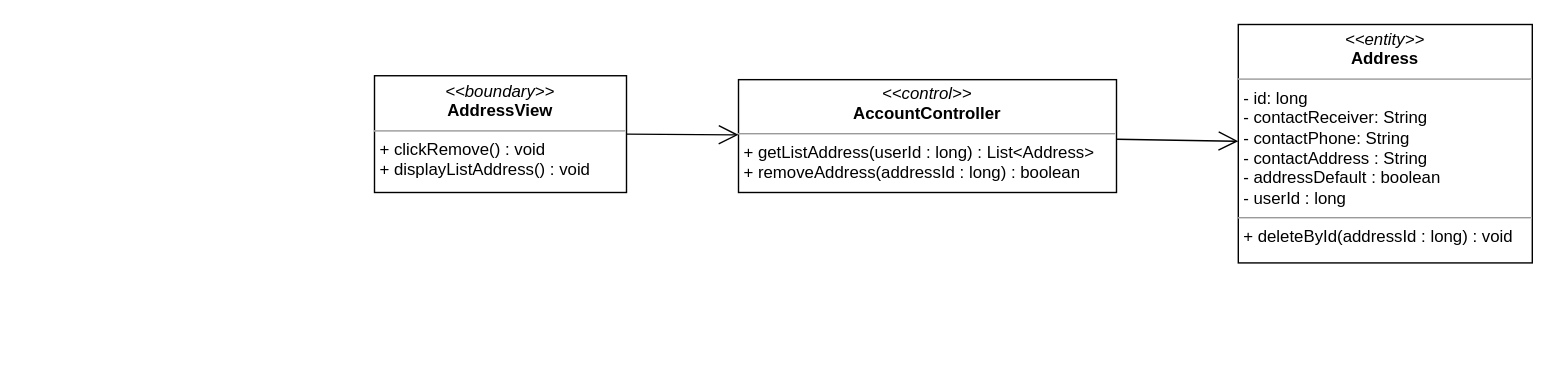
Earlier version of the draw.io diagram class diagram/delete-address-class-diagram.drawio (nguyenphamvan/datn_20202). Source tidied: cells renumbered, new cells numbered last; positions are measured from the earlier drawing's top-left corner, leaving out a move shared by most shapes. Both pictures are drawn from the tidied source at 140%, with x=0, y=0 at pixel (374, 24).
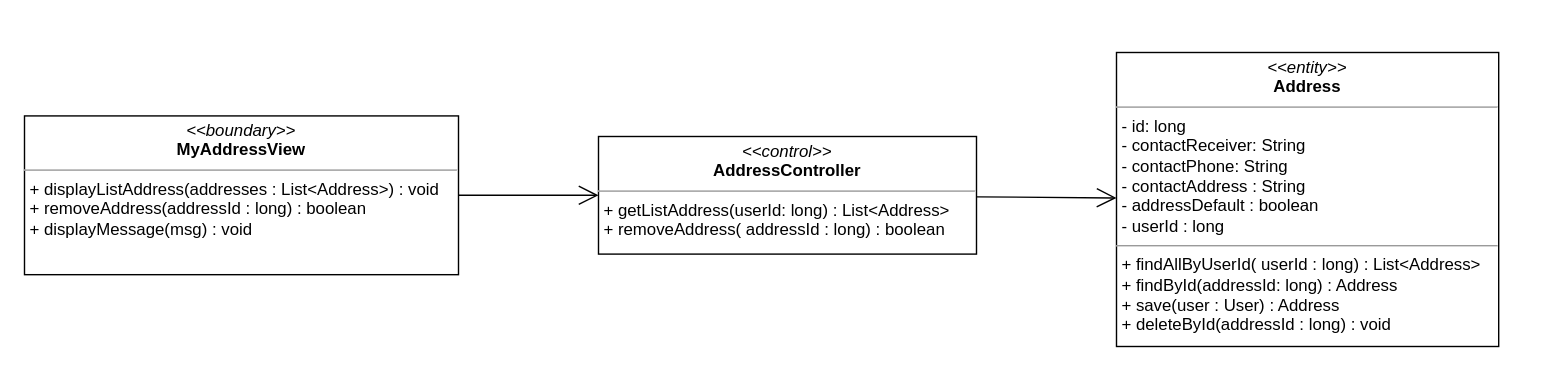
The same page after the edit.

What changed in the source:
```diff
@@
 <mxGraphModel>
   <root>
     <mxCell id="0" />
     <mxCell id="1" parent="0" />
-    <mxCell id="2" value="&lt;p style=&quot;margin: 0px ; margin-top: 4px ; text-align: center&quot;&gt;&lt;i&gt;&amp;lt;&amp;lt;boundary&amp;gt;&amp;gt;&lt;/i&gt;&lt;br&gt;&lt;b&gt;AddressView&lt;/b&gt;&lt;/p&gt;&lt;hr size=&quot;1&quot;&gt;&lt;p style=&quot;margin: 0px ; margin-left: 4px&quot;&gt;&lt;span&gt;+ clickRemove() : void&lt;/span&gt;&lt;/p&gt;&lt;p style=&quot;margin: 0px ; margin-left: 4px&quot;&gt;&lt;span&gt;+ displayListAddress() : void&lt;/span&gt;&lt;/p&gt;" style="verticalAlign=top;align=left;overflow=fill;fontSize=12;fontFamily=Helvetica;html=1;" parent="1" vertex="1">
-      <mxGeometry y="36.6" width="180" height="83.4" as="geometry" />
-    </mxCell>
-    <mxCell id="3" style="endArrow=open;endFill=1;endSize=12;html=1;exitX=1;exitY=0.5;exitDx=0;exitDy=0;" parent="1" edge="1" source="2" target="5">
+    <mxCell id="3" style="endArrow=open;endFill=1;endSize=12;html=1;" parent="1" edge="1" source="7" target="5">
       <mxGeometry relative="1" as="geometry" />
     </mxCell>
-    <mxCell id="4" value="&lt;p style=&quot;margin: 0px ; margin-top: 4px ; text-align: center&quot;&gt;&lt;i&gt;&amp;lt;&amp;lt;entity&amp;gt;&amp;gt;&lt;/i&gt;&lt;br&gt;&lt;b&gt;Address&lt;/b&gt;&lt;/p&gt;&lt;hr size=&quot;1&quot;&gt;&lt;p style=&quot;margin: 0px ; margin-left: 4px&quot;&gt;- id: long&lt;/p&gt;&lt;p style=&quot;margin: 0px ; margin-left: 4px&quot;&gt;- contactReceiver: String&lt;br&gt;- contactPhone: String&lt;/p&gt;&lt;p style=&quot;margin: 0px ; margin-left: 4px&quot;&gt;- contactAddress : String&lt;/p&gt;&lt;p style=&quot;margin: 0px ; margin-left: 4px&quot;&gt;- addressDefault : boolean&lt;/p&gt;&lt;p style=&quot;margin: 0px ; margin-left: 4px&quot;&gt;- userId : long&lt;/p&gt;&lt;hr size=&quot;1&quot;&gt;&lt;p style=&quot;margin: 0px ; margin-left: 4px&quot;&gt;+ deleteById(addressId : long) : void&lt;/p&gt;" style="verticalAlign=top;align=left;overflow=fill;fontSize=12;fontFamily=Helvetica;html=1;" parent="1" vertex="1">
-      <mxGeometry x="617" width="210" height="170.3" as="geometry" />
+    <mxCell id="4" value="&lt;p style=&quot;margin: 0px ; margin-top: 4px ; text-align: center&quot;&gt;&lt;i&gt;&amp;lt;&amp;lt;entity&amp;gt;&amp;gt;&lt;/i&gt;&lt;br&gt;&lt;b&gt;Address&lt;/b&gt;&lt;/p&gt;&lt;hr size=&quot;1&quot;&gt;&lt;p style=&quot;margin: 0px ; margin-left: 4px&quot;&gt;- id: long&lt;/p&gt;&lt;p style=&quot;margin: 0px ; margin-left: 4px&quot;&gt;- contactReceiver: String&lt;br&gt;- contactPhone: String&lt;/p&gt;&lt;p style=&quot;margin: 0px ; margin-left: 4px&quot;&gt;- contactAddress : String&lt;/p&gt;&lt;p style=&quot;margin: 0px ; margin-left: 4px&quot;&gt;- addressDefault : boolean&lt;/p&gt;&lt;p style=&quot;margin: 0px ; margin-left: 4px&quot;&gt;- userId : long&lt;/p&gt;&lt;hr size=&quot;1&quot;&gt;&lt;p style=&quot;margin: 0px 0px 0px 4px&quot;&gt;+ findAllByUserId( userId : long) : List&amp;lt;Address&amp;gt;&lt;/p&gt;&lt;p style=&quot;margin: 0px 0px 0px 4px&quot;&gt;+ findById(addressId: long) : Address&lt;/p&gt;&lt;p style=&quot;margin: 0px 0px 0px 4px&quot;&gt;+ save(user : User) : Address&lt;/p&gt;&lt;p style=&quot;margin: 0px ; margin-left: 4px&quot;&gt;+ deleteById(addressId : long) : void&lt;/p&gt;" style="verticalAlign=top;align=left;overflow=fill;fontSize=12;fontFamily=Helvetica;html=1;" parent="1" vertex="1">
+      <mxGeometry x="530" y="20" width="273" height="210" as="geometry" />
     </mxCell>
-    <mxCell id="5" value="&lt;p style=&quot;margin: 0px ; margin-top: 4px ; text-align: center&quot;&gt;&lt;i&gt;&amp;lt;&amp;lt;control&amp;gt;&amp;gt;&lt;/i&gt;&lt;br&gt;&lt;b&gt;AccountController&lt;/b&gt;&lt;br&gt;&lt;/p&gt;&lt;hr size=&quot;1&quot;&gt;&lt;p style=&quot;margin: 0px ; margin-left: 4px&quot;&gt;&lt;/p&gt;&lt;p style=&quot;margin: 0px ; margin-left: 4px&quot;&gt;+ getListAddress(userId : long) : List&amp;lt;Address&amp;gt;&lt;br&gt;&lt;/p&gt;&lt;p style=&quot;margin: 0px ; margin-left: 4px&quot;&gt;+ removeAddress(addressId : long) : boolean&lt;/p&gt;" style="verticalAlign=top;align=left;overflow=fill;fontSize=12;fontFamily=Helvetica;html=1;" parent="1" vertex="1">
-      <mxGeometry x="260" y="39.4" width="270" height="80.6" as="geometry" />
+    <mxCell id="5" value="&lt;p style=&quot;margin: 0px ; margin-top: 4px ; text-align: center&quot;&gt;&lt;i&gt;&amp;lt;&amp;lt;control&amp;gt;&amp;gt;&lt;/i&gt;&lt;br&gt;&lt;b&gt;AddressController&lt;/b&gt;&lt;br&gt;&lt;/p&gt;&lt;hr size=&quot;1&quot;&gt;&lt;p style=&quot;margin: 0px ; margin-left: 4px&quot;&gt;&lt;/p&gt;&lt;p style=&quot;margin: 0px 0px 0px 4px&quot;&gt;+ getListAddress(userId: long) : List&amp;lt;Address&amp;gt;&lt;/p&gt;&lt;p style=&quot;margin: 0px 0px 0px 4px&quot;&gt;+ removeAddress( addressId : long) : boolean&lt;/p&gt;" style="verticalAlign=top;align=left;overflow=fill;fontSize=12;fontFamily=Helvetica;html=1;" parent="1" vertex="1">
+      <mxGeometry x="160" y="80" width="270" height="84" as="geometry" />
     </mxCell>
     <mxCell id="6" style="endArrow=open;endFill=1;endSize=12;html=1;" parent="1" edge="1" source="5" target="4">
       <mxGeometry relative="1" as="geometry" />
     </mxCell>
+    <mxCell id="7" value="&lt;p style=&quot;margin: 0px ; margin-top: 4px ; text-align: center&quot;&gt;&lt;i&gt;&amp;lt;&amp;lt;boundary&amp;gt;&amp;gt;&lt;/i&gt;&lt;br&gt;&lt;b&gt;MyAddressView&lt;/b&gt;&lt;/p&gt;&lt;hr size=&quot;1&quot;&gt;&lt;p style=&quot;margin: 0px ; margin-left: 4px&quot;&gt;&lt;span&gt;+ displayListAddress(addresses : List&amp;lt;Address&amp;gt;) : void&lt;/span&gt;&lt;/p&gt;&lt;p style=&quot;margin: 0px 0px 0px 4px&quot;&gt;+ removeAddress(addressId : long) : boolean&lt;/p&gt;&lt;p style=&quot;margin: 0px 0px 0px 4px&quot;&gt;+ displayMessage(msg) : void&lt;/p&gt;" style="verticalAlign=top;align=left;overflow=fill;fontSize=12;fontFamily=Helvetica;html=1;" parent="1" vertex="1">
+      <mxGeometry x="-250" y="65.3" width="310" height="113.4" as="geometry" />
+    </mxCell>
   </root>
 </mxGraphModel>
```
